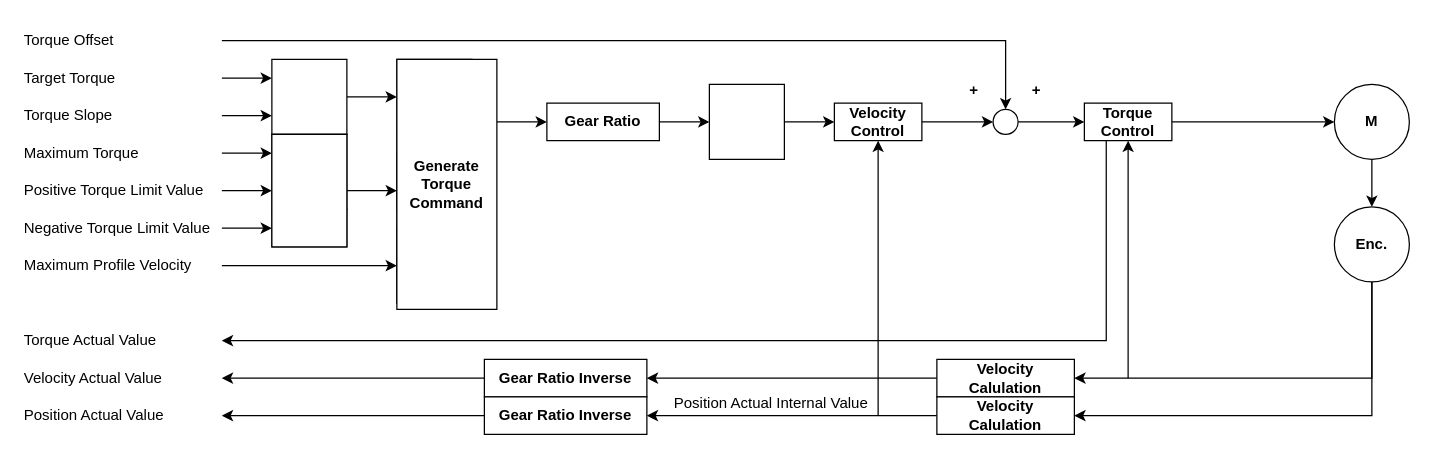
The draw.io diagram diagram/PT블록다이어그램.drawio in roscore/Impedance_Control_for_Stewart_Gough_Platform, before the edit. Source tidied: cells renumbered, new cells numbered last; positions are measured from the earlier drawing's top-left corner, leaving out a move shared by most shapes. Both pictures are drawn from the tidied source at 125%, with x=0, y=0 at pixel (21, 21).
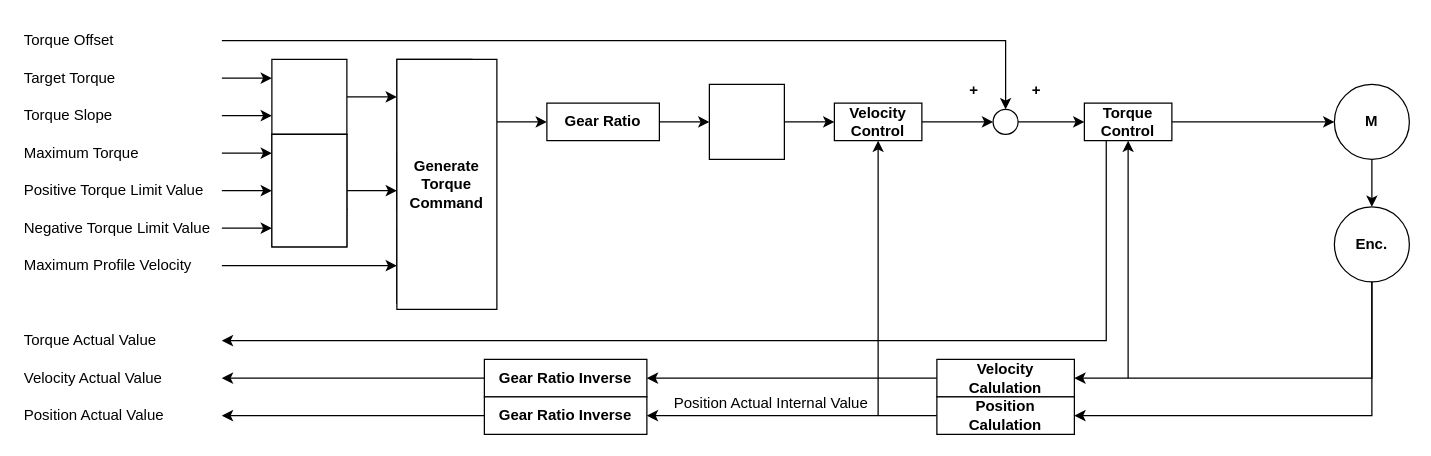
The same diagram, later.

Commit message (it also covers changes not shown here):
PT블록다이어그램.drawio 업데이트

Change to the diagram source:
```diff
@@
-    <mxCell id="55" value="&lt;b&gt;Velocity&lt;br&gt;Calulation&lt;br&gt;&lt;/b&gt;" style="rounded=0;whiteSpace=wrap;html=1;" parent="1" vertex="1">
+    <mxCell id="55" value="&lt;b&gt;Position&lt;br&gt;Calulation&lt;br&gt;&lt;/b&gt;" style="rounded=0;whiteSpace=wrap;html=1;" parent="1" vertex="1">
       <mxGeometry x="732" y="300" width="110" height="30" as="geometry" />
     </mxCell>
```
